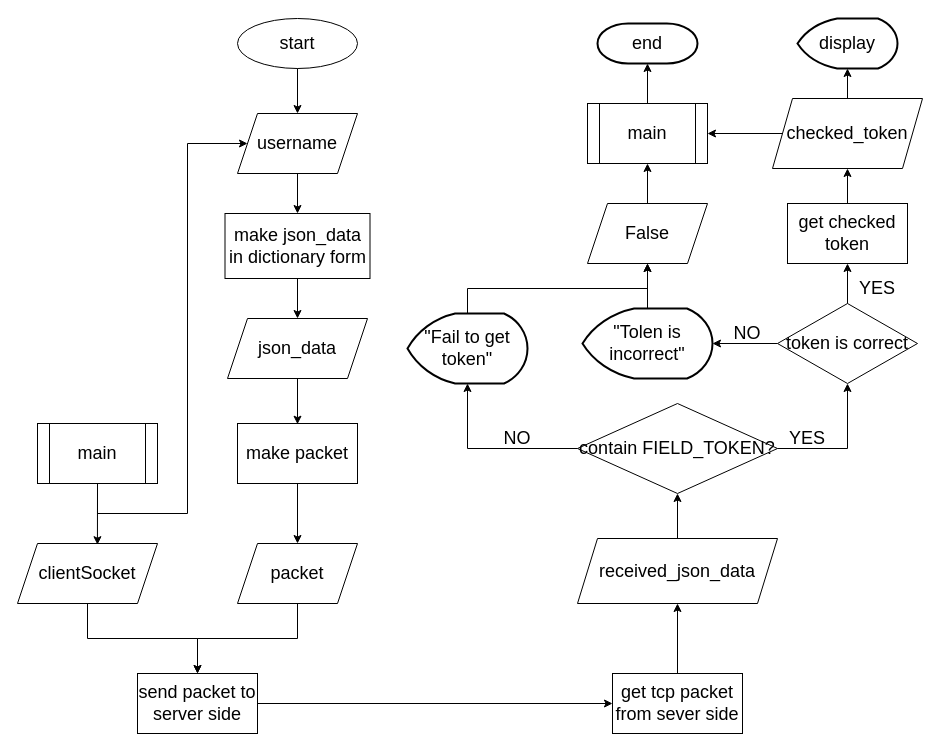
Before: page "acuqire authorization" (3 of 5) of Untitled Diagram.drawio in 1102131860/CAN201, a draw.io diagram. Source tidied: cells renumbered, new cells numbered last; positions are measured from the earlier drawing's top-left corner, leaving out a move shared by most shapes. Both pictures are drawn from the tidied source at 100%, with x=0, y=0 at pixel (17, 18).
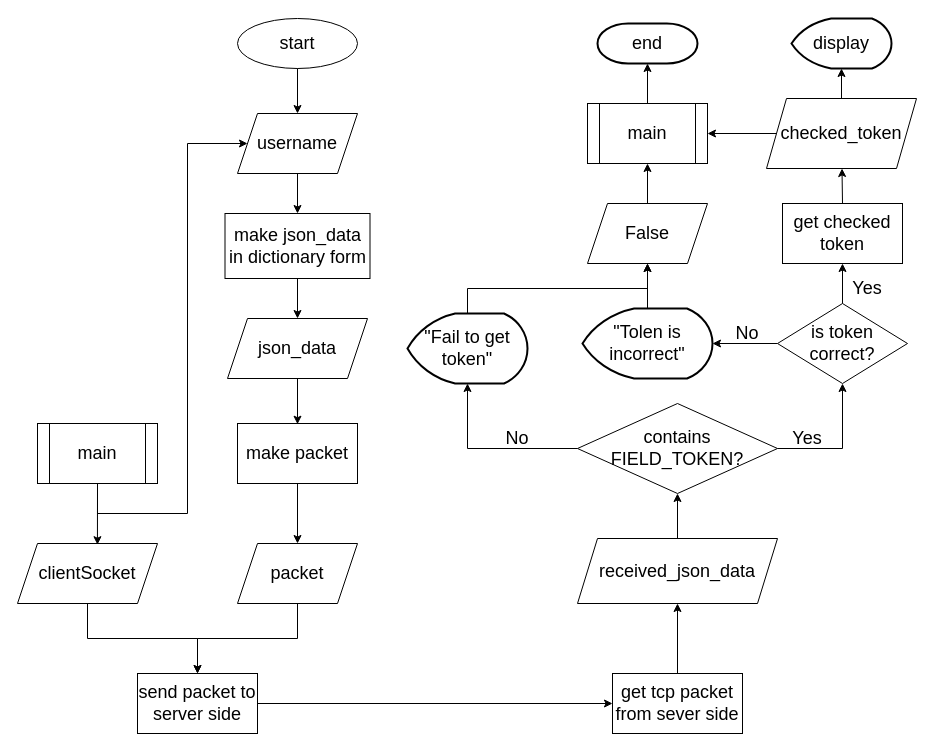
Above is the later version.

Diff of the diagram source:
```diff
@@
-    <mxCell id="23" value="contain FIELD_TOKEN?" style="rhombus;whiteSpace=wrap;html=1;fontSize=18;" parent="1" vertex="1">
+    <mxCell id="23" value="contains FIELD_TOKEN?" style="rhombus;whiteSpace=wrap;html=1;fontSize=18;" parent="1" vertex="1">
       <mxGeometry x="560" y="385" width="200" height="90" as="geometry" />
     </mxCell>
@@
-    <mxCell id="27" value="NO" style="text;html=1;strokeColor=none;fillColor=none;align=center;verticalAlign=middle;whiteSpace=wrap;rounded=0;fontSize=18;" parent="1" vertex="1">
+    <mxCell id="27" value="No" style="text;html=1;strokeColor=none;fillColor=none;align=center;verticalAlign=middle;whiteSpace=wrap;rounded=0;fontSize=18;" parent="1" vertex="1">
       <mxGeometry x="470" y="405" width="60" height="30" as="geometry" />
     </mxCell>
@@
-    <mxCell id="30" value="token is correct" style="rhombus;whiteSpace=wrap;html=1;fontSize=18;" parent="1" vertex="1">
-      <mxGeometry x="760" y="285" width="140" height="80" as="geometry" />
+    <mxCell id="30" value="is token correct?" style="rhombus;whiteSpace=wrap;html=1;fontSize=18;" parent="1" vertex="1">
+      <mxGeometry x="760" y="285" width="130" height="80" as="geometry" />
     </mxCell>
@@
-    <mxCell id="32" value="YES" style="text;html=1;strokeColor=none;fillColor=none;align=center;verticalAlign=middle;whiteSpace=wrap;rounded=0;fontSize=18;" parent="1" vertex="1">
+    <mxCell id="32" value="Yes" style="text;html=1;strokeColor=none;fillColor=none;align=center;verticalAlign=middle;whiteSpace=wrap;rounded=0;fontSize=18;" parent="1" vertex="1">
       <mxGeometry x="760" y="405" width="60" height="30" as="geometry" />
     </mxCell>
@@
     <mxCell id="34" value="get checked token" style="rounded=0;whiteSpace=wrap;html=1;fontSize=18;" parent="1" vertex="1">
-      <mxGeometry x="770" y="185" width="120" height="60" as="geometry" />
+      <mxGeometry x="765" y="185" width="120" height="60" as="geometry" />
     </mxCell>
@@
     <mxCell id="36" value="checked_token" style="shape=parallelogram;perimeter=parallelogramPerimeter;whiteSpace=wrap;html=1;fixedSize=1;fontSize=18;" parent="1" vertex="1">
-      <mxGeometry x="755" y="80" width="150" height="70" as="geometry" />
+      <mxGeometry x="749" y="80" width="150" height="70" as="geometry" />
     </mxCell>
@@
-    <mxCell id="39" value="YES" style="text;html=1;strokeColor=none;fillColor=none;align=center;verticalAlign=middle;whiteSpace=wrap;rounded=0;fontSize=18;" parent="1" vertex="1">
-      <mxGeometry x="830" y="255" width="60" height="30" as="geometry" />
+    <mxCell id="39" value="Yes" style="text;html=1;strokeColor=none;fillColor=none;align=center;verticalAlign=middle;whiteSpace=wrap;rounded=0;fontSize=18;" parent="1" vertex="1">
+      <mxGeometry x="820" y="255" width="60" height="30" as="geometry" />
     </mxCell>
-    <mxCell id="40" value="NO" style="text;html=1;strokeColor=none;fillColor=none;align=center;verticalAlign=middle;whiteSpace=wrap;rounded=0;fontSize=18;" parent="1" vertex="1">
+    <mxCell id="40" value="No" style="text;html=1;strokeColor=none;fillColor=none;align=center;verticalAlign=middle;whiteSpace=wrap;rounded=0;fontSize=18;" parent="1" vertex="1">
       <mxGeometry x="700" y="300" width="60" height="30" as="geometry" />
     </mxCell>
@@
     <mxCell id="49" value="display" style="strokeWidth=2;html=1;shape=mxgraph.flowchart.display;whiteSpace=wrap;fontSize=18;" parent="1" vertex="1">
-      <mxGeometry x="780" width="100" height="50" as="geometry" />
+      <mxGeometry x="774" width="100" height="50" as="geometry" />
     </mxCell>
```
